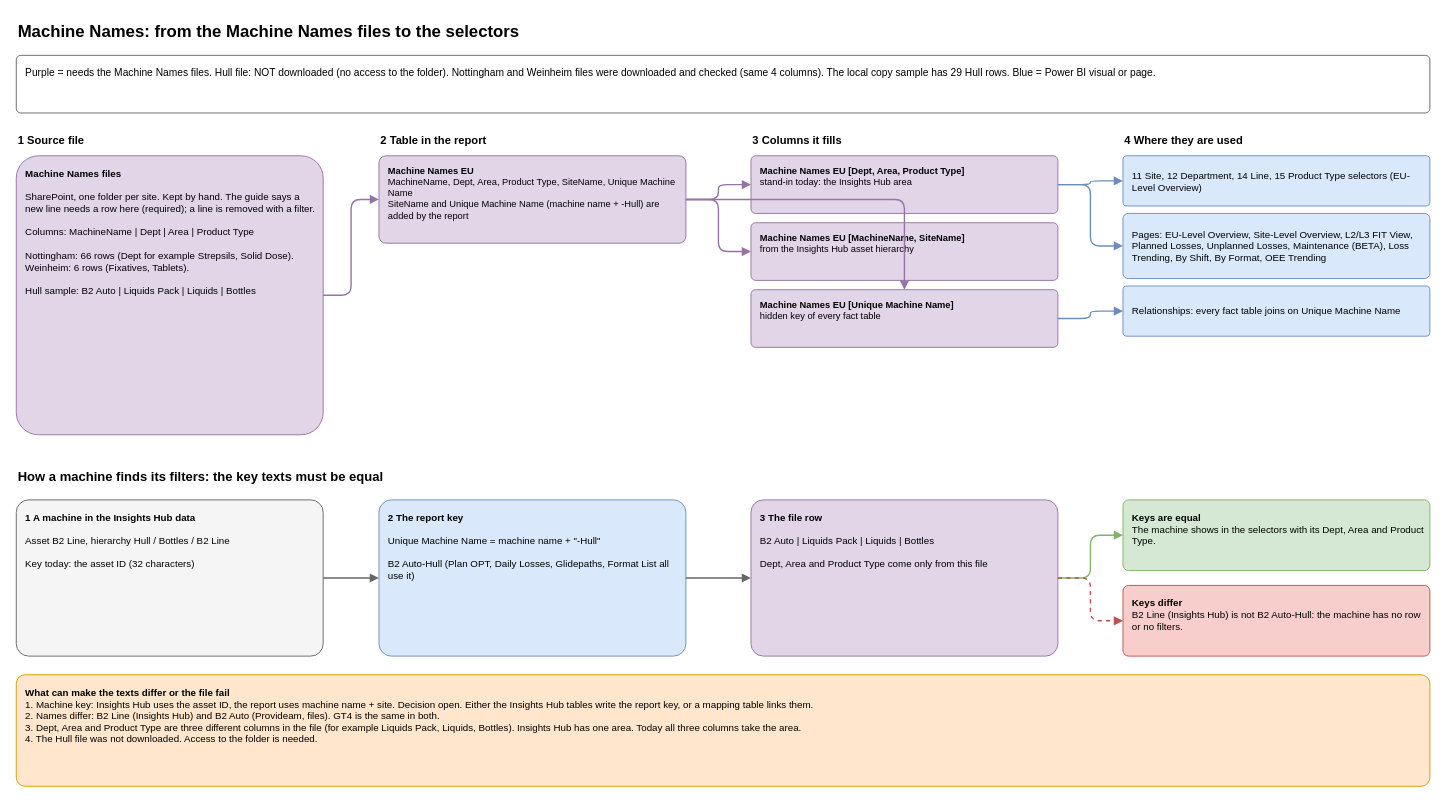
AbiyyuMufti/SIH-IBMX-R keeps this draw.io diagram as page "Explanation Machine Names" (11 of 17) of diagrams/powerbi-data-map.drawio. Above is the earlier version. Source tidied: cells renumbered, new cells numbered last; positions are measured from the earlier drawing's top-left corner, leaving out a move shared by most shapes. Both pictures are drawn from the tidied source at 93%, with x=0, y=0 at pixel (16, 16).
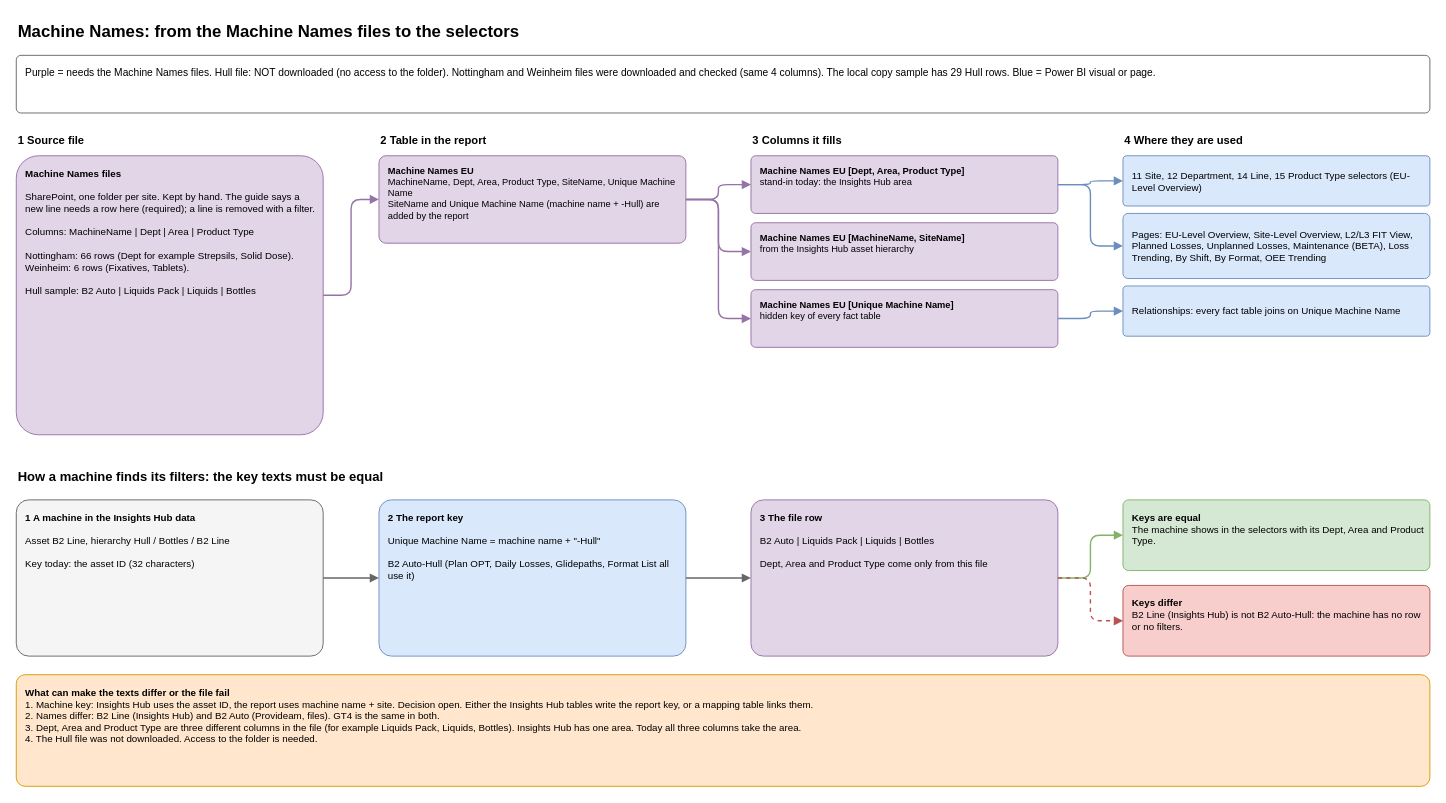
After the change.

The change refers to these unchanged cells:
```xml
<mxCell id="9" value="&lt;b&gt;Machine Names EU&lt;/b&gt;&lt;br&gt;MachineName, Dept, Area, Product Type, SiteName, Unique Machine Name&lt;br&gt;SiteName and Unique Machine Name (machine name + -Hull) are added by the report" style="rounded=1;whiteSpace=wrap;html=1;align=left;verticalAlign=middle;spacingLeft=8;spacingRight=6;spacingTop=2;spacingBottom=2;fontSize=11;arcSize=8;fillColor=#e1d5e7;strokeColor=#9673a6;verticalAlign=top;spacingTop=4;fontSize=10;" parent="1" vertex="1">
  <mxGeometry x="390" y="150" width="330" height="94" as="geometry" />
</mxCell>
<mxCell id="13" value="&lt;b&gt;Machine Names EU [Unique Machine Name]&lt;/b&gt;&lt;br&gt;hidden key of every fact table" style="rounded=1;whiteSpace=wrap;html=1;align=left;verticalAlign=middle;spacingLeft=8;spacingRight=6;spacingTop=2;spacingBottom=2;fontSize=11;arcSize=8;fillColor=#e1d5e7;strokeColor=#9673a6;verticalAlign=top;spacingTop=4;fontSize=10;" parent="1" vertex="1">
  <mxGeometry x="790" y="294" width="330" height="62" as="geometry" />
</mxCell>
```

What changed in the source:
```diff
@@
-    <mxCell id="16" style="edgeStyle=orthogonalEdgeStyle;html=1;endArrow=block;endFill=1;strokeWidth=1.5;strokeColor=#9673a6;" parent="1" edge="1" source="9" target="13">
+    <mxCell id="16" style="edgeStyle=orthogonalEdgeStyle;html=1;endArrow=block;endFill=1;strokeWidth=1.5;strokeColor=#9673a6;entryX=0;entryY=0.5;entryDx=0;entryDy=0;" parent="1" edge="1" source="9" target="13">
       <mxGeometry relative="1" as="geometry" />
     </mxCell>
```
